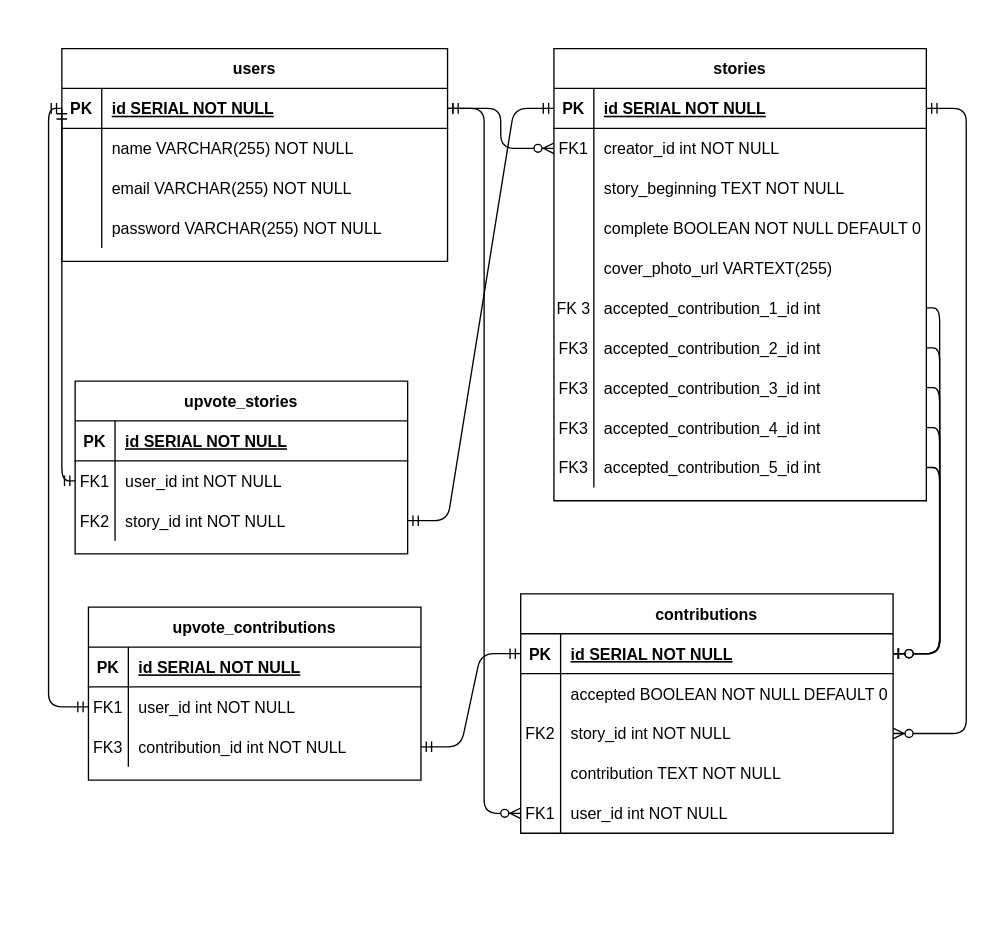
suncraft/lhl_midterm keeps this draw.io diagram as db/schema/Untitled Diagram.drawio. Above is the earlier version. Source tidied: cells renumbered, new cells numbered last; positions are measured from the earlier drawing's top-left corner, leaving out a move shared by most shapes. Both pictures are drawn from the tidied source at 133%, with x=0, y=0 at pixel (61, 48).
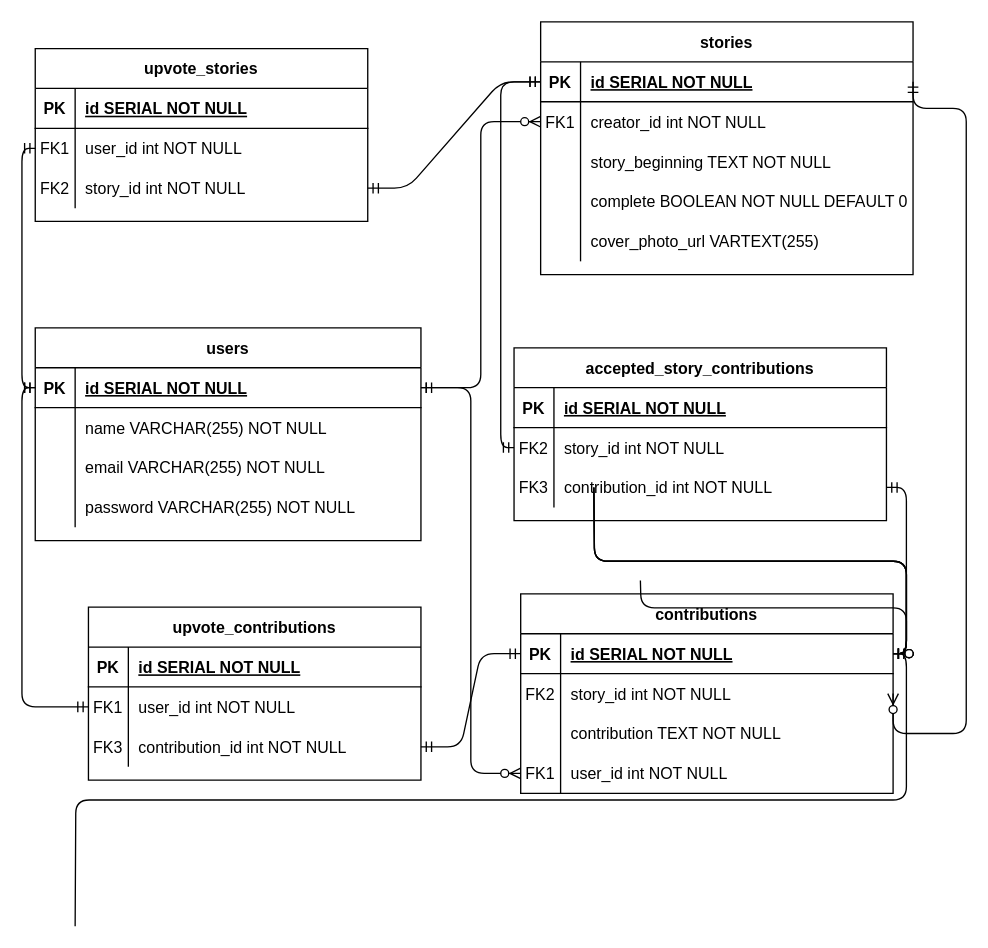
After the change.

The change refers to these unchanged cells:
```xml
<mxCell id="4" style="shape=partialRectangle;fillColor=none;points=[[0,0.5],[1,0.5]];portConstraint=eastwest;top=0;left=0;right=0;bottom=1;" parent="3" vertex="1">
  <mxGeometry y="30" width="280" height="30" as="geometry" />
</mxCell>
<mxCell id="35" style="shape=partialRectangle;fillColor=none;points=[[0,0.5],[1,0.5]];portConstraint=eastwest;top=0;left=0;right=0;bottom=1;" parent="34" vertex="1">
  <mxGeometry y="30" width="280" height="30" as="geometry" />
</mxCell>
```

The edit, as a diff of the source:
```diff
@@
     <mxCell id="3" value="stories" style="shape=table;startSize=30;childLayout=tableLayout;rowLines=0;fontStyle=1;align=center;" parent="1" vertex="1">
-      <mxGeometry x="370" width="280" height="340" as="geometry" />
+      <mxGeometry x="360" y="-20" width="280" height="190" as="geometry" />
     </mxCell>
@@
-    <mxCell id="19" style="shape=partialRectangle;fillColor=none;points=[[0,0.5],[1,0.5]];portConstraint=eastwest;top=0;left=0;right=0;bottom=0;" parent="3" vertex="1">
-      <mxGeometry y="180" width="280" height="30" as="geometry" />
-    </mxCell>
-    <mxCell id="20" value="FK 3" style="shape=partialRectangle;overflow=hidden;fillColor=none;top=0;left=0;bottom=0;right=0;" parent="19" vertex="1">
-      <mxGeometry width="30" height="30" as="geometry" />
-    </mxCell>
-    <mxCell id="21" value="accepted_contribution_1_id int" style="shape=partialRectangle;overflow=hidden;fillColor=none;top=0;left=0;bottom=0;right=0;align=left;spacingLeft=6;" parent="19" vertex="1">
-      <mxGeometry x="30" width="250" height="30" as="geometry" />
-    </mxCell>
-    <mxCell id="22" style="shape=partialRectangle;fillColor=none;points=[[0,0.5],[1,0.5]];portConstraint=eastwest;top=0;left=0;right=0;bottom=0;" parent="3" vertex="1">
-      <mxGeometry y="210" width="280" height="30" as="geometry" />
-    </mxCell>
-    <mxCell id="23" value="FK3" style="shape=partialRectangle;overflow=hidden;fillColor=none;top=0;left=0;bottom=0;right=0;" parent="22" vertex="1">
-      <mxGeometry width="30" height="30" as="geometry" />
-    </mxCell>
-    <mxCell id="24" value="accepted_contribution_2_id int" style="shape=partialRectangle;overflow=hidden;fillColor=none;top=0;left=0;bottom=0;right=0;align=left;spacingLeft=6;" parent="22" vertex="1">
-      <mxGeometry x="30" width="250" height="30" as="geometry" />
-    </mxCell>
-    <mxCell id="25" style="shape=partialRectangle;fillColor=none;points=[[0,0.5],[1,0.5]];portConstraint=eastwest;top=0;left=0;right=0;bottom=0;" parent="3" vertex="1">
-      <mxGeometry y="240" width="280" height="30" as="geometry" />
-    </mxCell>
-    <mxCell id="26" value="FK3" style="shape=partialRectangle;overflow=hidden;fillColor=none;top=0;left=0;bottom=0;right=0;" parent="25" vertex="1">
-      <mxGeometry width="30" height="30" as="geometry" />
-    </mxCell>
-    <mxCell id="27" value="accepted_contribution_3_id int" style="shape=partialRectangle;overflow=hidden;fillColor=none;top=0;left=0;bottom=0;right=0;align=left;spacingLeft=6;" parent="25" vertex="1">
-      <mxGeometry x="30" width="250" height="30" as="geometry" />
-    </mxCell>
-    <mxCell id="28" style="shape=partialRectangle;fillColor=none;points=[[0,0.5],[1,0.5]];portConstraint=eastwest;top=0;left=0;right=0;bottom=0;" parent="3" vertex="1">
-      <mxGeometry y="270" width="280" height="30" as="geometry" />
-    </mxCell>
-    <mxCell id="29" value="FK3" style="shape=partialRectangle;overflow=hidden;fillColor=none;top=0;left=0;bottom=0;right=0;" parent="28" vertex="1">
-      <mxGeometry width="30" height="30" as="geometry" />
-    </mxCell>
-    <mxCell id="30" value="accepted_contribution_4_id int" style="shape=partialRectangle;overflow=hidden;fillColor=none;top=0;left=0;bottom=0;right=0;align=left;spacingLeft=6;" parent="28" vertex="1">
-      <mxGeometry x="30" width="250" height="30" as="geometry" />
-    </mxCell>
-    <mxCell id="31" style="shape=partialRectangle;fillColor=none;points=[[0,0.5],[1,0.5]];portConstraint=eastwest;top=0;left=0;right=0;bottom=0;" parent="3" vertex="1">
-      <mxGeometry y="300" width="280" height="30" as="geometry" />
-    </mxCell>
-    <mxCell id="32" value="FK3" style="shape=partialRectangle;overflow=hidden;fillColor=none;top=0;left=0;bottom=0;right=0;" parent="31" vertex="1">
-      <mxGeometry width="30" height="30" as="geometry" />
-    </mxCell>
-    <mxCell id="33" value="accepted_contribution_5_id int" style="shape=partialRectangle;overflow=hidden;fillColor=none;top=0;left=0;bottom=0;right=0;align=left;spacingLeft=6;" parent="31" vertex="1">
-      <mxGeometry x="30" width="250" height="30" as="geometry" />
-    </mxCell>
     <mxCell id="34" value="contributions" style="shape=table;startSize=30;childLayout=tableLayout;rowLines=0;fontStyle=1;align=center;" parent="1" vertex="1">
-      <mxGeometry x="345" y="410" width="280" height="180" as="geometry" />
+      <mxGeometry x="345" y="410" width="280" height="150" as="geometry" />
     </mxCell>
@@
-    <mxCell id="38" style="shape=partialRectangle;fillColor=none;points=[[0,0.5],[1,0.5]];portConstraint=eastwest;top=0;left=0;right=0;bottom=0;" parent="34" vertex="1">
-      <mxGeometry y="60" width="280" height="30" as="geometry" />
-    </mxCell>
-    <mxCell id="39" style="shape=partialRectangle;overflow=hidden;fillColor=none;top=0;left=0;bottom=0;right=0;" parent="38" vertex="1">
-      <mxGeometry width="30" height="30" as="geometry" />
-    </mxCell>
-    <mxCell id="40" value="accepted BOOLEAN NOT NULL DEFAULT 0" style="shape=partialRectangle;overflow=hidden;fillColor=none;top=0;left=0;bottom=0;right=0;align=left;spacingLeft=6;" parent="38" vertex="1">
-      <mxGeometry x="30" width="250" height="30" as="geometry" />
-    </mxCell>
     <mxCell id="41" style="shape=partialRectangle;fillColor=none;points=[[0,0.5],[1,0.5]];portConstraint=eastwest;top=0;left=0;right=0;bottom=0;" parent="34" vertex="1">
-      <mxGeometry y="90" width="280" height="30" as="geometry" />
+      <mxGeometry y="60" width="280" height="30" as="geometry" />
     </mxCell>
@@
     <mxCell id="44" style="shape=partialRectangle;fillColor=none;top=0;left=0;right=0;bottom=0;" parent="34" vertex="1">
-      <mxGeometry y="120" width="280" height="30" as="geometry" />
+      <mxGeometry y="90" width="280" height="30" as="geometry" />
     </mxCell>
@@
     <mxCell id="47" style="shape=partialRectangle;fillColor=none;points=[[0,0.5],[1,0.5]];portConstraint=eastwest;top=0;left=0;right=0;bottom=0;" parent="34" vertex="1">
-      <mxGeometry y="150" width="280" height="30" as="geometry" />
+      <mxGeometry y="120" width="280" height="30" as="geometry" />
     </mxCell>
@@
     <mxCell id="50" value="users" style="shape=table;startSize=30;childLayout=tableLayout;rowLines=0;fontStyle=1;align=center;" parent="1" vertex="1">
-      <mxGeometry width="290" height="160" as="geometry" />
+      <mxGeometry x="-20" y="210" width="290" height="160" as="geometry" />
     </mxCell>
@@
     <mxCell id="63" value="upvote_stories" style="shape=table;startSize=30;childLayout=tableLayout;rowLines=0;fontStyle=1;align=center;" parent="1" vertex="1">
-      <mxGeometry x="10" y="250" width="250" height="130" as="geometry" />
+      <mxGeometry x="-20" width="250" height="130" as="geometry" />
     </mxCell>
@@
-    <mxCell id="85" style="edgeStyle=orthogonalEdgeStyle;fontSize=12;html=1;endArrow=ERzeroToOne;endFill=1;exitX=1;exitY=0.5;exitDx=0;exitDy=0;entryX=1;entryY=0.5;entryDx=0;entryDy=0;" parent="1" edge="1" source="19" target="35">
-      <mxGeometry relative="1" as="geometry" />
+    <mxCell id="85" style="edgeStyle=orthogonalEdgeStyle;fontSize=12;html=1;endArrow=ERzeroToOne;endFill=1;exitX=1;exitY=0.5;exitDx=0;exitDy=0;entryX=1;entryY=0.5;entryDx=0;entryDy=0;" parent="1" edge="1" target="35">
+      <mxGeometry relative="1" as="geometry">
+        <mxPoint x="10" y="660" as="sourcePoint" />
+      </mxGeometry>
     </mxCell>
-    <mxCell id="86" style="edgeStyle=orthogonalEdgeStyle;fontSize=12;html=1;endArrow=ERzeroToOne;endFill=1;exitX=1;exitY=0.5;exitDx=0;exitDy=0;entryX=1;entryY=0.5;entryDx=0;entryDy=0;" parent="1" edge="1" source="22" target="35">
-      <mxGeometry relative="1" as="geometry" />
+    <mxCell id="86" style="edgeStyle=orthogonalEdgeStyle;fontSize=12;html=1;endArrow=ERzeroToOne;endFill=1;exitX=1;exitY=0.5;exitDx=0;exitDy=0;entryX=1;entryY=0.5;entryDx=0;entryDy=0;" parent="1" edge="1" target="35">
+      <mxGeometry relative="1" as="geometry">
+        <mxPoint x="435" y="400" as="sourcePoint" />
+      </mxGeometry>
     </mxCell>
-    <mxCell id="87" style="edgeStyle=orthogonalEdgeStyle;fontSize=12;html=1;endArrow=ERzeroToOne;endFill=1;exitX=1;exitY=0.5;exitDx=0;exitDy=0;entryX=1;entryY=0.5;entryDx=0;entryDy=0;" parent="1" edge="1" source="25" target="35">
-      <mxGeometry relative="1" as="geometry" />
+    <mxCell id="87" style="edgeStyle=orthogonalEdgeStyle;fontSize=12;html=1;endArrow=ERzeroToOne;endFill=1;exitX=1;exitY=0.5;exitDx=0;exitDy=0;entryX=1;entryY=0.5;entryDx=0;entryDy=0;" parent="1" edge="1" target="35">
+      <mxGeometry relative="1" as="geometry">
+        <mxPoint x="400" y="330" as="sourcePoint" />
+      </mxGeometry>
     </mxCell>
-    <mxCell id="88" style="edgeStyle=orthogonalEdgeStyle;fontSize=12;html=1;endArrow=ERzeroToOne;endFill=1;exitX=1;exitY=0.5;exitDx=0;exitDy=0;entryX=1;entryY=0.5;entryDx=0;entryDy=0;" parent="1" edge="1" source="28" target="35">
-      <mxGeometry relative="1" as="geometry" />
+    <mxCell id="88" style="edgeStyle=orthogonalEdgeStyle;fontSize=12;html=1;endArrow=ERzeroToOne;endFill=1;exitX=1;exitY=0.5;exitDx=0;exitDy=0;entryX=1;entryY=0.5;entryDx=0;entryDy=0;" parent="1" edge="1" target="35">
+      <mxGeometry relative="1" as="geometry">
+        <mxPoint x="400" y="330" as="sourcePoint" />
+      </mxGeometry>
     </mxCell>
-    <mxCell id="89" style="edgeStyle=orthogonalEdgeStyle;fontSize=12;html=1;endArrow=ERzeroToOne;endFill=1;exitX=1;exitY=0.5;exitDx=0;exitDy=0;entryX=1;entryY=0.5;entryDx=0;entryDy=0;" parent="1" edge="1" source="31" target="35">
-      <mxGeometry relative="1" as="geometry" />
+    <mxCell id="89" style="edgeStyle=orthogonalEdgeStyle;fontSize=12;html=1;endArrow=ERzeroToOne;endFill=1;exitX=1;exitY=0.5;exitDx=0;exitDy=0;entryX=1;entryY=0.5;entryDx=0;entryDy=0;" parent="1" edge="1" target="35">
+      <mxGeometry relative="1" as="geometry">
+        <mxPoint x="400" y="330" as="sourcePoint" />
+      </mxGeometry>
     </mxCell>
@@
+    <mxCell id="94" value="accepted_story_contributions" style="shape=table;startSize=30;childLayout=tableLayout;rowLines=0;fontStyle=1;align=center;" parent="1" vertex="1">
+      <mxGeometry x="340" y="225" width="280" height="130" as="geometry" />
+    </mxCell>
+    <mxCell id="95" style="shape=partialRectangle;fillColor=none;top=0;left=0;right=0;bottom=1;" parent="94" vertex="1">
+      <mxGeometry y="30" width="280" height="30" as="geometry" />
+    </mxCell>
+    <mxCell id="96" value="PK" style="shape=partialRectangle;overflow=hidden;fillColor=none;top=0;left=0;bottom=0;right=0;fontStyle=1;" parent="95" vertex="1">
+      <mxGeometry width="30" height="30" as="geometry" />
+    </mxCell>
+    <mxCell id="97" value="id SERIAL NOT NULL " style="shape=partialRectangle;overflow=hidden;fillColor=none;top=0;left=0;bottom=0;right=0;align=left;spacingLeft=6;fontStyle=5;" parent="95" vertex="1">
+      <mxGeometry x="30" width="250" height="30" as="geometry" />
+    </mxCell>
+    <mxCell id="38" style="shape=partialRectangle;fillColor=none;points=[[0,0.5],[1,0.5]];portConstraint=eastwest;top=0;left=0;right=0;bottom=0;" parent="94" vertex="1">
+      <mxGeometry y="60" width="280" height="30" as="geometry" />
+    </mxCell>
+    <mxCell id="98" value="FK2" style="shape=partialRectangle;overflow=hidden;fillColor=none;top=0;left=0;bottom=0;right=0;" parent="38" vertex="1">
+      <mxGeometry width="30" height="30" as="geometry" />
+    </mxCell>
+    <mxCell id="99" value="story_id int NOT NULL" style="shape=partialRectangle;overflow=hidden;fillColor=none;top=0;left=0;bottom=0;right=0;align=left;spacingLeft=6;" parent="38" vertex="1">
+      <mxGeometry x="30" width="250" height="30" as="geometry" />
+    </mxCell>
+    <mxCell id="100" style="shape=partialRectangle;fillColor=none;points=[[0,0.5],[1,0.5]];portConstraint=eastwest;top=0;left=0;right=0;bottom=0;" parent="94" vertex="1">
+      <mxGeometry y="90" width="280" height="30" as="geometry" />
+    </mxCell>
+    <mxCell id="101" value="FK3" style="shape=partialRectangle;overflow=hidden;fillColor=none;top=0;left=0;bottom=0;right=0;" parent="100" vertex="1">
+      <mxGeometry width="30" height="30" as="geometry" />
+    </mxCell>
+    <mxCell id="102" value="contribution_id int NOT NULL" style="shape=partialRectangle;overflow=hidden;fillColor=none;top=0;left=0;bottom=0;right=0;align=left;spacingLeft=6;" parent="100" vertex="1">
+      <mxGeometry x="30" width="250" height="30" as="geometry" />
+    </mxCell>
+    <mxCell id="103" style="edgeStyle=orthogonalEdgeStyle;fontSize=12;html=1;endArrow=ERmandOne;startArrow=ERmandOne;exitX=1;exitY=0.5;exitDx=0;exitDy=0;entryX=1;entryY=0.5;entryDx=0;entryDy=0;" parent="1" edge="1" source="100" target="35">
+      <mxGeometry relative="1" as="geometry" />
+    </mxCell>
+    <mxCell id="104" style="edgeStyle=orthogonalEdgeStyle;fontSize=12;html=1;endArrow=ERmandOne;startArrow=ERmandOne;exitX=0;exitY=0.5;exitDx=0;exitDy=0;entryX=0;entryY=0.5;entryDx=0;entryDy=0;" parent="1" edge="1" source="38" target="4">
+      <mxGeometry relative="1" as="geometry" />
+    </mxCell>
```
